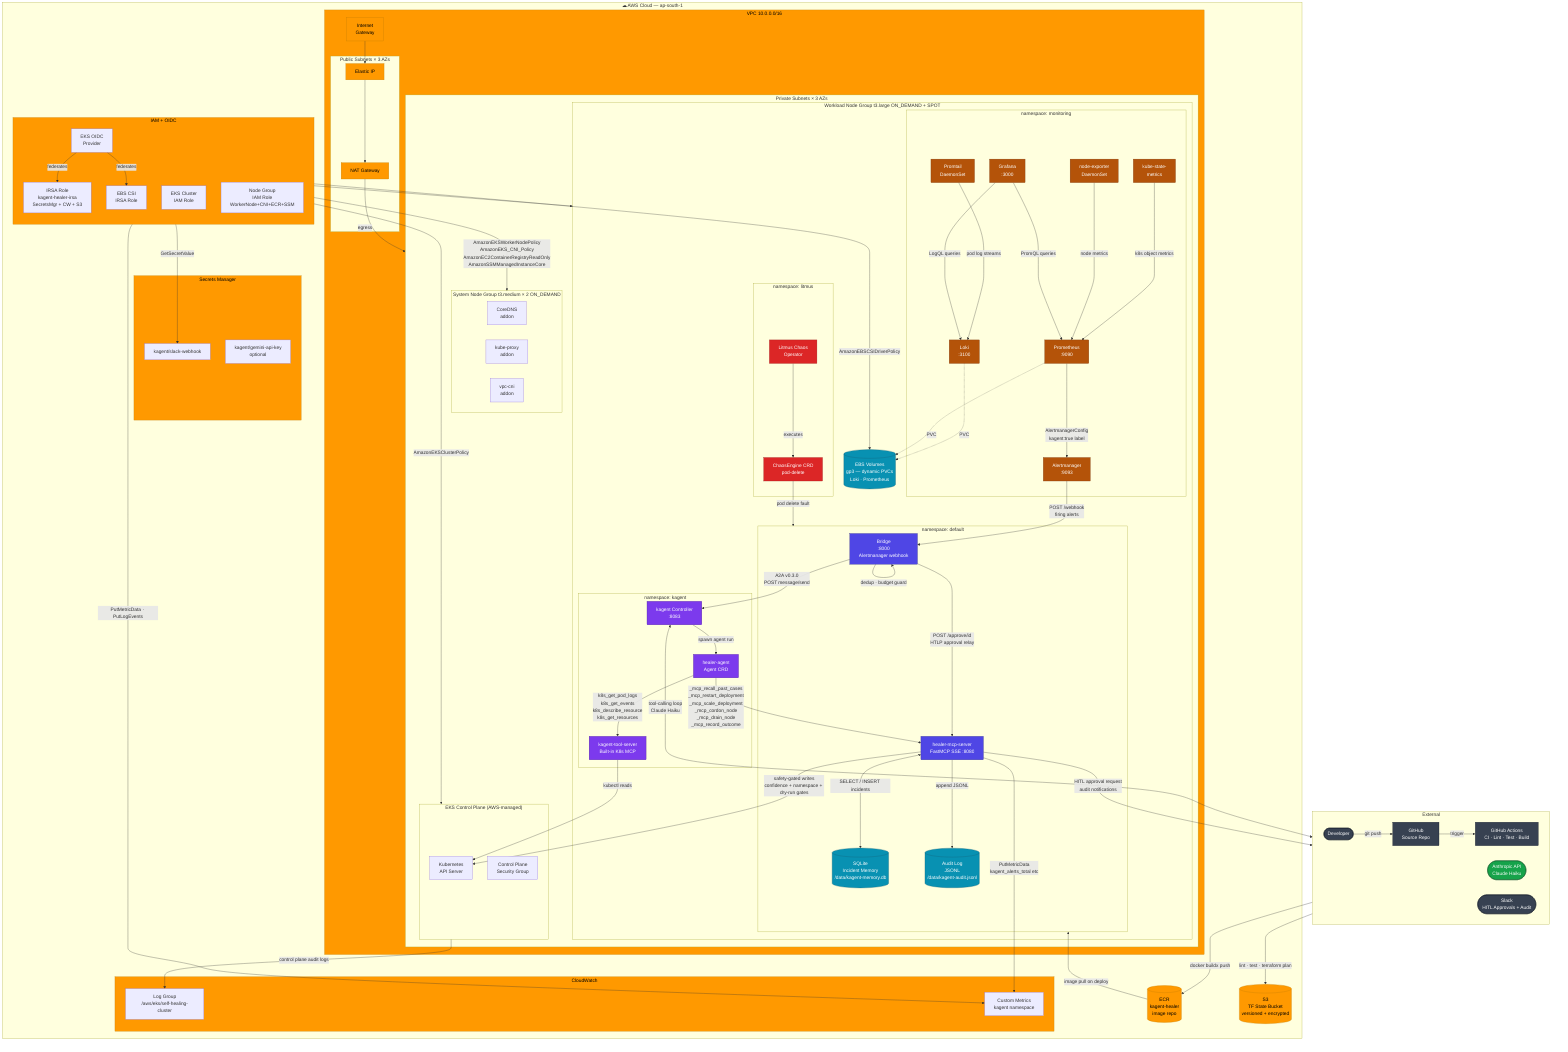
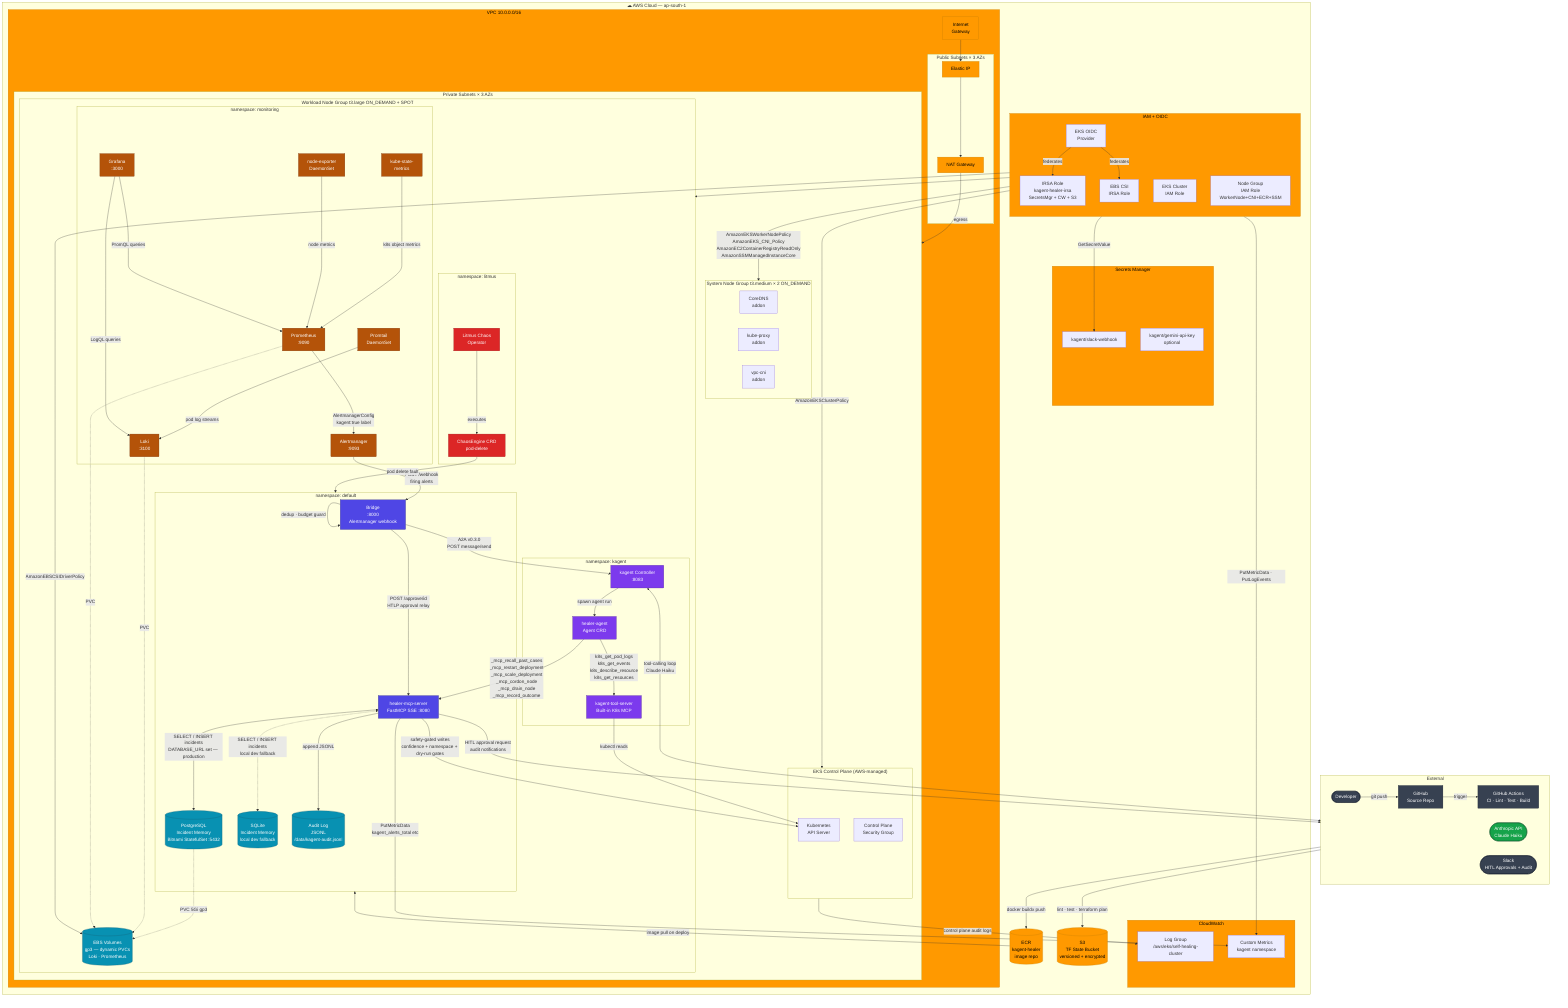
flowchart TB
    %% ── External ─────────────────────────────────────────────────────────────
    subgraph EXT["External"]
        direction LR
        DEV([Developer])
        GH[GitHub\nSource Repo]
        GHA[GitHub Actions\nCI · Lint · Test · Build]
        ANTHROPIC([Anthropic API\nClaude Haiku])
        SLACK([Slack\nHITL Approvals + Audit])
    end

    %% ── AWS Cloud ────────────────────────────────────────────────────────────
    subgraph AWS["☁ AWS Cloud — ap-south-1"]

        ECR[(ECR\nkagent-healer\nimage repo)]
        S3[(S3\nTF State Bucket\nversioned + encrypted)]

        subgraph IAM_BLOCK["IAM + OIDC"]
            direction TB
            OIDC[EKS OIDC\nProvider]
            IRSA[IRSA Role\nkagent-healer-irsa\nSecretsMgr + CW + S3]
            EBS_ROLE[EBS CSI\nIRSA Role]
            CLUSTER_ROLE[EKS Cluster\nIAM Role]
            NODE_ROLE[Node Group\nIAM Role\nWorkerNode+CNI+ECR+SSM]
        end

        subgraph SM["Secrets Manager"]
            SM_SLACK[kagent/slack-webhook]
            SM_GEMINI[kagent/gemini-api-key\noptional]
        end

        subgraph CW["CloudWatch"]
            CW_LOGS[Log Group\n/aws/eks/self-healing-cluster]
            CW_METRICS[Custom Metrics\nkagent namespace]
        end

        %% ── VPC ──────────────────────────────────────────────────────────────
        subgraph VPC["VPC  10.0.0.0/16"]

            IGW[Internet\nGateway]

            subgraph PUB["Public Subnets × 3 AZs"]
                EIP[Elastic IP]
                NAT[NAT Gateway]
            end

            subgraph PRIV["Private Subnets × 3 AZs"]

                subgraph EKS_CP["EKS Control Plane  (AWS-managed)"]
                    APISERVER[Kubernetes\nAPI Server]
                    CP_SG[Control Plane\nSecurity Group]
                end

                subgraph SYS_NG["System Node Group  t3.medium × 2  ON_DEMAND"]
                    COREDNS[CoreDNS\naddon]
                    KPROXY[kube-proxy\naddon]
                    VPCCNI[vpc-cni\naddon]
                end

                subgraph WORK_NG["Workload Node Group  t3.large  ON_DEMAND + SPOT"]

                    subgraph NS_MON["namespace: monitoring"]
                        PROM[Prometheus\n:9090]
                        AM[Alertmanager\n:9093]
                        GRAFANA[Grafana\n:3000]
                        LOKI[Loki\n:3100]
                        PROMTAIL[Promtail\nDaemonSet]
                        KSM[kube-state-\nmetrics]
                        NE[node-exporter\nDaemonSet]
                    end

                    subgraph NS_KAGENT["namespace: kagent"]
                        KAGENT_CTRL[kagent Controller\n:8083]
                        HEALER_AG[healer-agent\nAgent CRD]
                        KAGENT_TS[kagent-tool-server\nBuilt-in K8s MCP]
                    end

                    subgraph NS_DEFAULT["namespace: default"]
                        BRIDGE[Bridge\n:8000\nAlertmanager webhook]
                        MCP[healer-mcp-server\nFastMCP SSE :8080]
-                         SQLITE[(SQLite\nIncident Memory\n/data/kagent-memory.db)]
+                         POSTGRES[(PostgreSQL\nIncident Memory\nBitnami StatefulSet :5432)]
+                         SQLITE[(SQLite\nIncident Memory\nlocal dev fallback)]
                        AUDIT[(Audit Log\nJSONL\n/data/kagent-audit.jsonl)]
                    end

                    subgraph NS_LITMUS["namespace: litmus"]
                        LITMUS[Litmus Chaos\nOperator]
                        CHAOS_ENG[ChaosEngine CRD\npod-delete]
                    end

                    EBS_VOL[(EBS Volumes\ngp3 — dynamic PVCs\nLoki · Prometheus)]
                end
            end
        end
    end

    %% ═══════════════════════════════════════════════════════════════════════
    %% CONNECTIONS
    %% ═══════════════════════════════════════════════════════════════════════

    %% Developer → CI/CD
    DEV -->|git push| GH
    GH -->|trigger| GHA
    GHA -->|docker buildx push| ECR
    GHA -->|lint · test · terraform plan| S3

    %% Networking spine
    IGW --> EIP --> NAT
    NAT -->|egress| PRIV

    %% IAM wiring
    OIDC -->|federates| IRSA
    OIDC -->|federates| EBS_ROLE
    CLUSTER_ROLE -->|AmazonEKSClusterPolicy| EKS_CP
    NODE_ROLE -->|AmazonEKSWorkerNodePolicy\nAmazonEKS_CNI_Policy\nAmazonEC2ContainerRegistryReadOnly\nAmazonSSMManagedInstanceCore| SYS_NG
    NODE_ROLE --> WORK_NG
    EBS_ROLE -->|AmazonEBSCSIDriverPolicy| EBS_VOL
    IRSA -->|GetSecretValue| SM_SLACK
    IRSA -->|PutMetricData · PutLogEvents| CW_METRICS

    %% Image pull
    ECR -->|image pull on deploy| NS_DEFAULT

    %% EKS control plane → CloudWatch
    EKS_CP -->|control plane audit logs| CW_LOGS

    %% Monitoring scrape
    KSM -->|k8s object metrics| PROM
    NE -->|node metrics| PROM
    PROM -->|AlertmanagerConfig\nkagent:true label| AM
    PROMTAIL -->|pod log streams| LOKI
    GRAFANA -->|PromQL queries| PROM
    GRAFANA -->|LogQL queries| LOKI

    %% Alert → Bridge → Agent
    AM -->|POST /webhook\nfiring alerts| BRIDGE
    BRIDGE -->|dedup · budget guard| BRIDGE
    BRIDGE -->|A2A v0.3.0\nPOST message/send| KAGENT_CTRL
    KAGENT_CTRL -->|spawn agent run| HEALER_AG

    %% Agent tool-calling loop
    HEALER_AG -->|k8s_get_pod_logs\nk8s_get_events\nk8s_describe_resource\nk8s_get_resources| KAGENT_TS
    KAGENT_TS -->|kubectl reads| APISERVER
    HEALER_AG -->|_mcp_recall_past_cases\n_mcp_restart_deployment\n_mcp_scale_deployment\n_mcp_cordon_node\n_mcp_drain_node\n_mcp_record_outcome| MCP
    MCP -->|safety-gated writes\nconfidence + namespace + dry-run gates| APISERVER
-     MCP <-->|SELECT / INSERT incidents| SQLITE
+     MCP <-->|SELECT / INSERT incidents\nDATABASE_URL set — production| POSTGRES
+     MCP <-.->|SELECT / INSERT incidents\nlocal dev fallback| SQLITE
+     POSTGRES -.->|PVC 5Gi gp3| EBS_VOL
    MCP -->|append JSONL| AUDIT

    %% LLM
    KAGENT_CTRL <-->|tool-calling loop\nClaude Haiku| ANTHROPIC

    %% Outcomes
    MCP -->|PutMetricData\nkagent_alerts_total etc| CW_METRICS
    MCP -->|HITL approval request\naudit notifications| SLACK
    BRIDGE -->|POST /approve/id\nHTLP approval relay| MCP

    %% Litmus
    LITMUS -->|executes| CHAOS_ENG
    CHAOS_ENG -->|pod delete fault| NS_DEFAULT

    %% PVC → EBS
    LOKI -.->|PVC| EBS_VOL
    PROM -.->|PVC| EBS_VOL

    %% ── Styles ───────────────────────────────────────────────────────────────
    classDef aws fill:#FF9900,color:#000,stroke:#c47d00
    classDef kagent fill:#7c3aed,color:#fff,stroke:#4c1d95
    classDef healer fill:#4f46e5,color:#fff,stroke:#312e81
    classDef llm fill:#16a34a,color:#fff,stroke:#14532d
    classDef store fill:#0891b2,color:#fff,stroke:#155e75
    classDef ext fill:#374151,color:#fff,stroke:#111827
    classDef mon fill:#b45309,color:#fff,stroke:#78350f
    classDef chaos fill:#dc2626,color:#fff,stroke:#991b1b

    class ECR,S3,IAM_BLOCK,SM,CW,VPC,IGW,NAT,EIP aws
    class KAGENT_CTRL,HEALER_AG,KAGENT_TS kagent
    class BRIDGE,MCP healer
    class ANTHROPIC llm
-     class SQLITE,AUDIT,EBS_VOL store
+     class SQLITE,AUDIT,EBS_VOL,POSTGRES store
    class DEV,GH,GHA,SLACK ext
    class PROM,AM,GRAFANA,LOKI,PROMTAIL,KSM,NE mon
    class LITMUS,CHAOS_ENG chaos
